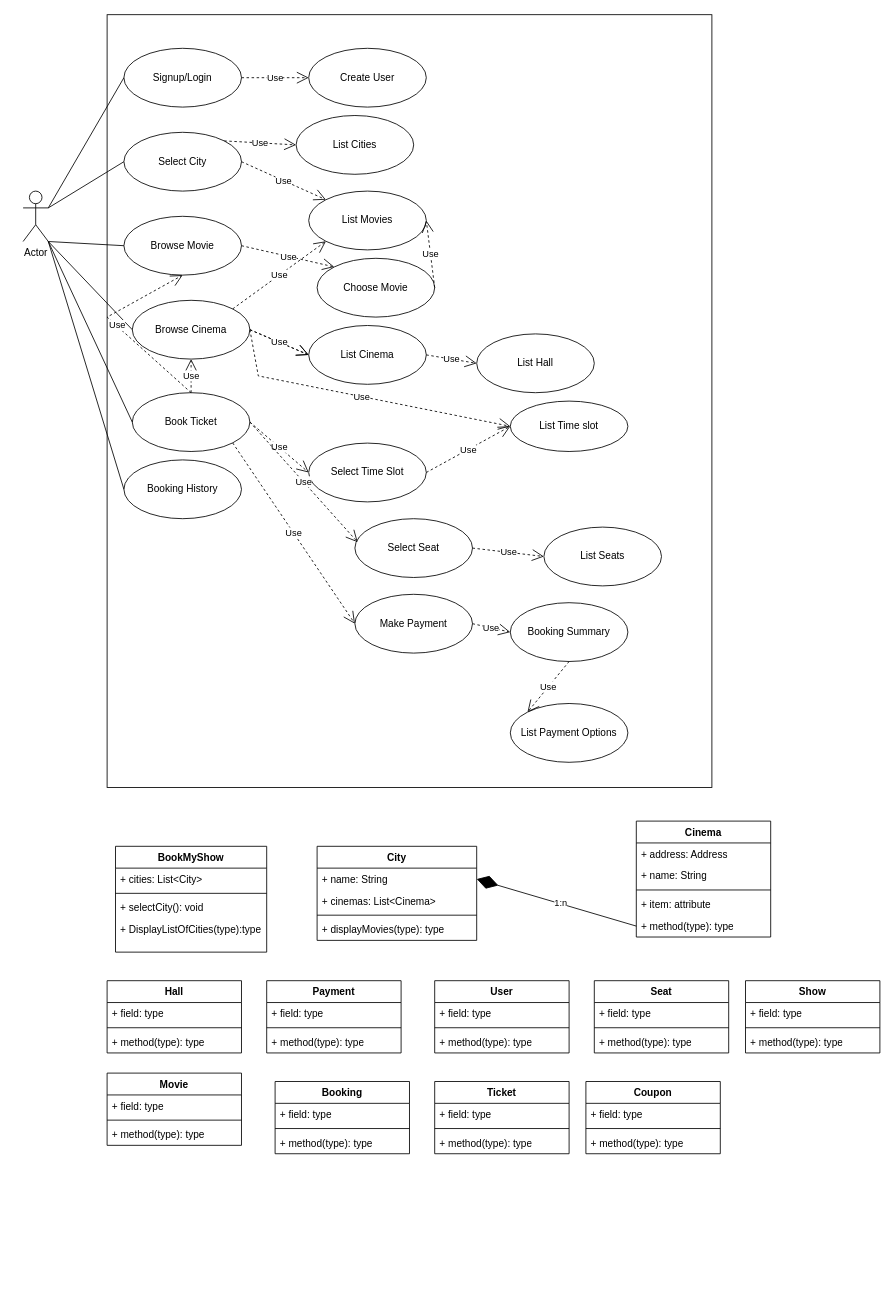
Above: bookmyshow.drawio in aktomer06/Draw.io (draw.io), before the change. Source tidied: cells renumbered, new cells numbered last; positions are measured from the earlier drawing's top-left corner, leaving out a move shared by most shapes. Both pictures are drawn from the tidied source at 84%, with x=0, y=0 at pixel (23, 14).
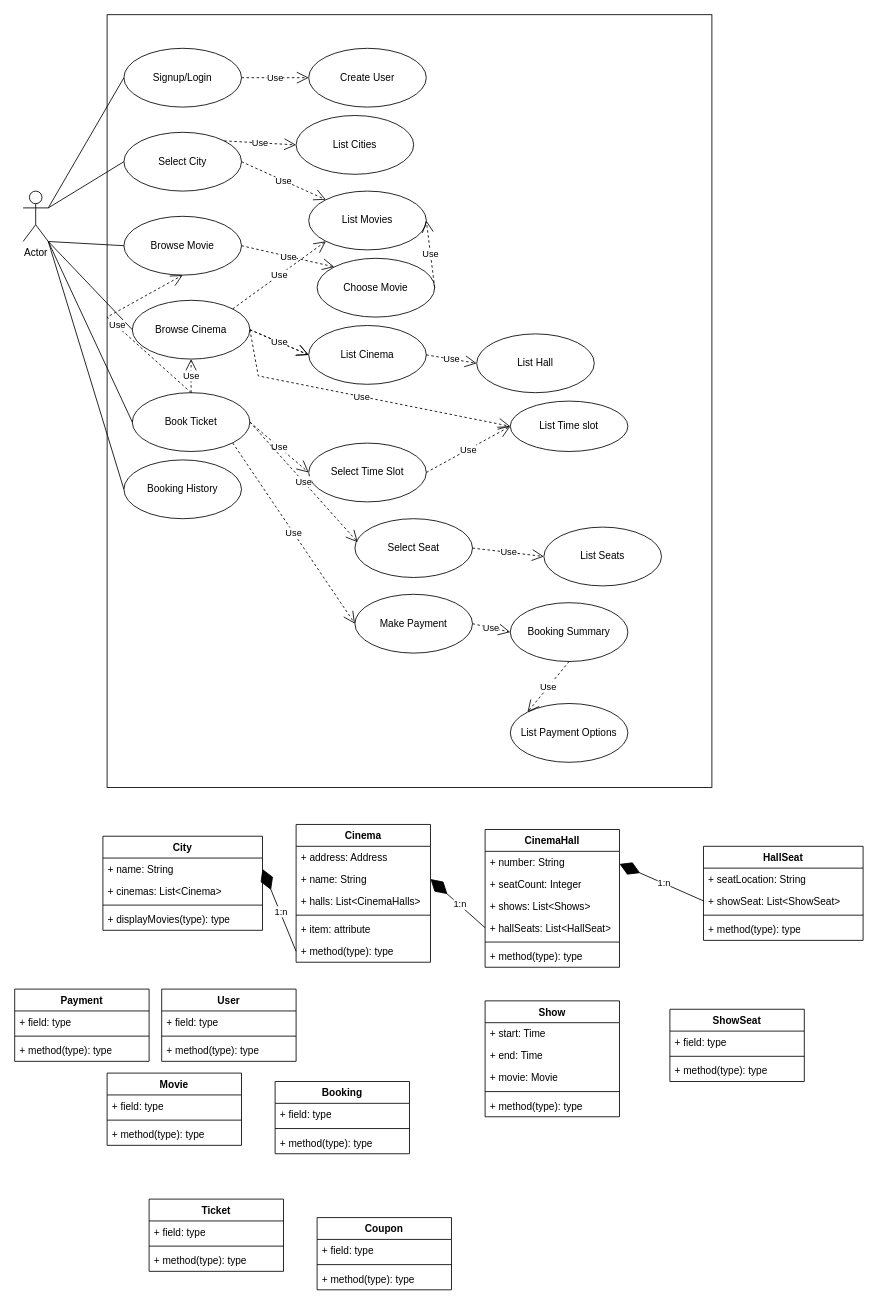
The same page after the edit.

Unchanged cells that the change refers to:
```xml
<mxCell id="59" value="+ name: String" style="text;strokeColor=none;fillColor=none;align=left;verticalAlign=top;spacingLeft=4;spacingRight=4;overflow=hidden;points=[[0,0.5],[1,0.5]];portConstraint=eastwest;whiteSpace=wrap;html=1;" parent="57" vertex="1">
  <mxGeometry y="52" width="160" height="26" as="geometry" />
</mxCell>
```

The edit, as a diff of the source:
```diff
@@
-    <mxCell id="47" value="BookMyShow" style="swimlane;fontStyle=1;align=center;verticalAlign=top;horizontal=1;startSize=26;whiteSpace=wrap;html=1;" parent="1" vertex="1">
-      <mxGeometry x="110" y="990" width="180" height="126" as="geometry" />
-    </mxCell>
-    <mxCell id="48" value="+ cities: List&amp;lt;City&amp;gt;" style="text;strokeColor=none;fillColor=none;align=left;verticalAlign=top;spacingLeft=4;spacingRight=4;overflow=hidden;whiteSpace=wrap;html=1;" parent="47" vertex="1">
-      <mxGeometry y="26" width="180" height="26" as="geometry" />
-    </mxCell>
-    <mxCell id="49" style="line;strokeWidth=1;fillColor=none;align=left;verticalAlign=middle;spacingTop=-1;spacingLeft=3;spacingRight=3;labelPosition=right;strokeColor=inherit;" parent="47" vertex="1">
-      <mxGeometry y="52" width="180" height="8" as="geometry" />
-    </mxCell>
-    <mxCell id="50" value="+ selectCity(): void" style="text;strokeColor=none;fillColor=none;align=left;verticalAlign=top;spacingLeft=4;spacingRight=4;overflow=hidden;whiteSpace=wrap;html=1;" parent="47" vertex="1">
-      <mxGeometry y="60" width="180" height="26" as="geometry" />
-    </mxCell>
-    <mxCell id="51" value="+ DisplayListOfCities(type):type" style="text;strokeColor=none;fillColor=none;align=left;verticalAlign=top;spacingLeft=4;spacingRight=4;overflow=hidden;whiteSpace=wrap;html=1;" parent="47" vertex="1">
-      <mxGeometry y="86" width="180" height="40" as="geometry" />
-    </mxCell>
     <mxCell id="52" value="City" style="swimlane;fontStyle=1;align=center;verticalAlign=top;horizontal=1;startSize=26;whiteSpace=wrap;html=1;" parent="1" vertex="1">
-      <mxGeometry x="350" y="990" width="190" height="112" as="geometry" />
+      <mxGeometry x="95" y="978" width="190" height="112" as="geometry" />
     </mxCell>
@@
     <mxCell id="57" value="Cinema" style="swimlane;fontStyle=1;align=center;verticalAlign=top;horizontal=1;startSize=26;whiteSpace=wrap;html=1;" parent="1" vertex="1">
-      <mxGeometry x="730" y="960" width="160" height="138" as="geometry" />
+      <mxGeometry x="325" y="964" width="160" height="164" as="geometry" />
     </mxCell>
@@
+    <mxCell id="101" value="+ halls: List&amp;lt;CinemaHalls&amp;gt;" style="text;strokeColor=none;fillColor=none;align=left;verticalAlign=top;spacingLeft=4;spacingRight=4;overflow=hidden;whiteSpace=wrap;html=1;" parent="57" vertex="1">
+      <mxGeometry y="78" width="160" height="26" as="geometry" />
+    </mxCell>
     <mxCell id="60" style="line;strokeWidth=1;fillColor=none;align=left;verticalAlign=middle;spacingTop=-1;spacingLeft=3;spacingRight=3;labelPosition=right;strokeColor=inherit;" parent="57" vertex="1">
-      <mxGeometry y="78" width="160" height="8" as="geometry" />
+      <mxGeometry y="104" width="160" height="8" as="geometry" />
     </mxCell>
     <mxCell id="61" value="+ item: attribute" style="text;strokeColor=none;fillColor=none;align=left;verticalAlign=top;spacingLeft=4;spacingRight=4;overflow=hidden;whiteSpace=wrap;html=1;" parent="57" vertex="1">
-      <mxGeometry y="86" width="160" height="26" as="geometry" />
+      <mxGeometry y="112" width="160" height="26" as="geometry" />
     </mxCell>
     <mxCell id="62" value="+ method(type): type" style="text;strokeColor=none;fillColor=none;align=left;verticalAlign=top;spacingLeft=4;spacingRight=4;overflow=hidden;points=[[0,0.5],[1,0.5]];portConstraint=eastwest;whiteSpace=wrap;html=1;" parent="57" vertex="1">
-      <mxGeometry y="112" width="160" height="26" as="geometry" />
+      <mxGeometry y="138" width="160" height="26" as="geometry" />
     </mxCell>
-    <mxCell id="63" value="Hall" style="swimlane;fontStyle=1;align=center;verticalAlign=top;horizontal=1;startSize=26;whiteSpace=wrap;html=1;" parent="1" vertex="1">
-      <mxGeometry x="100" y="1150" width="160" height="86" as="geometry" />
+    <mxCell id="63" value="CinemaHall" style="swimlane;fontStyle=1;align=center;verticalAlign=top;horizontal=1;startSize=26;whiteSpace=wrap;html=1;" parent="1" vertex="1">
+      <mxGeometry x="550" y="970" width="160" height="164" as="geometry" />
     </mxCell>
-    <mxCell id="64" value="+ field: type" style="text;strokeColor=none;fillColor=none;align=left;verticalAlign=top;spacingLeft=4;spacingRight=4;overflow=hidden;whiteSpace=wrap;html=1;" parent="63" vertex="1">
+    <mxCell id="64" value="+ number: String" style="text;strokeColor=none;fillColor=none;align=left;verticalAlign=top;spacingLeft=4;spacingRight=4;overflow=hidden;whiteSpace=wrap;html=1;" parent="63" vertex="1">
       <mxGeometry y="26" width="160" height="26" as="geometry" />
     </mxCell>
+    <mxCell id="102" value="+ seatCount: Integer" style="text;strokeColor=none;fillColor=none;align=left;verticalAlign=top;spacingLeft=4;spacingRight=4;overflow=hidden;whiteSpace=wrap;html=1;" parent="63" vertex="1">
+      <mxGeometry y="52" width="160" height="26" as="geometry" />
+    </mxCell>
+    <mxCell id="103" value="+ shows: List&amp;lt;Shows&amp;gt;" style="text;strokeColor=none;fillColor=none;align=left;verticalAlign=top;spacingLeft=4;spacingRight=4;overflow=hidden;whiteSpace=wrap;html=1;" parent="63" vertex="1">
+      <mxGeometry y="78" width="160" height="26" as="geometry" />
+    </mxCell>
+    <mxCell id="104" value="+ hallSeats: List&amp;lt;HallSeat&amp;gt;" style="text;strokeColor=none;fillColor=none;align=left;verticalAlign=top;spacingLeft=4;spacingRight=4;overflow=hidden;points=[[0,0.5],[1,0.5]];portConstraint=eastwest;whiteSpace=wrap;html=1;" parent="63" vertex="1">
+      <mxGeometry y="104" width="160" height="26" as="geometry" />
+    </mxCell>
     <mxCell id="65" style="line;strokeWidth=1;fillColor=none;align=left;verticalAlign=middle;spacingTop=-1;spacingLeft=3;spacingRight=3;labelPosition=right;strokeColor=inherit;" parent="63" vertex="1">
-      <mxGeometry y="52" width="160" height="8" as="geometry" />
+      <mxGeometry y="130" width="160" height="8" as="geometry" />
     </mxCell>
     <mxCell id="66" value="+ method(type): type" style="text;strokeColor=none;fillColor=none;align=left;verticalAlign=top;spacingLeft=4;spacingRight=4;overflow=hidden;whiteSpace=wrap;html=1;" parent="63" vertex="1">
-      <mxGeometry y="60" width="160" height="26" as="geometry" />
+      <mxGeometry y="138" width="160" height="26" as="geometry" />
     </mxCell>
     <mxCell id="67" value="Payment" style="swimlane;fontStyle=1;align=center;verticalAlign=top;horizontal=1;startSize=26;whiteSpace=wrap;html=1;" parent="1" vertex="1">
-      <mxGeometry x="290" y="1150" width="160" height="86" as="geometry" />
+      <mxGeometry x="-10" y="1160" width="160" height="86" as="geometry" />
     </mxCell>
@@
     <mxCell id="71" value="User" style="swimlane;fontStyle=1;align=center;verticalAlign=top;horizontal=1;startSize=26;whiteSpace=wrap;html=1;" parent="1" vertex="1">
-      <mxGeometry x="490" y="1150" width="160" height="86" as="geometry" />
+      <mxGeometry x="165" y="1160" width="160" height="86" as="geometry" />
     </mxCell>
@@
-    <mxCell id="75" value="Seat" style="swimlane;fontStyle=1;align=center;verticalAlign=top;horizontal=1;startSize=26;whiteSpace=wrap;html=1;" parent="1" vertex="1">
-      <mxGeometry x="680" y="1150" width="160" height="86" as="geometry" />
+    <mxCell id="75" value="HallSeat" style="swimlane;fontStyle=1;align=center;verticalAlign=top;horizontal=1;startSize=26;whiteSpace=wrap;html=1;" parent="1" vertex="1">
+      <mxGeometry x="810" y="990" width="190" height="112" as="geometry" />
     </mxCell>
-    <mxCell id="76" value="+ field: type" style="text;strokeColor=none;fillColor=none;align=left;verticalAlign=top;spacingLeft=4;spacingRight=4;overflow=hidden;whiteSpace=wrap;html=1;" parent="75" vertex="1">
-      <mxGeometry y="26" width="160" height="26" as="geometry" />
+    <mxCell id="76" value="+ seatLocation: String" style="text;strokeColor=none;fillColor=none;align=left;verticalAlign=top;spacingLeft=4;spacingRight=4;overflow=hidden;whiteSpace=wrap;html=1;" parent="75" vertex="1">
+      <mxGeometry y="26" width="190" height="26" as="geometry" />
     </mxCell>
+    <mxCell id="105" value="+ showSeat: List&amp;lt;ShowSeat&amp;gt;" style="text;strokeColor=none;fillColor=none;align=left;verticalAlign=top;spacingLeft=4;spacingRight=4;overflow=hidden;points=[[0,0.5],[1,0.5]];portConstraint=eastwest;whiteSpace=wrap;html=1;" parent="75" vertex="1">
+      <mxGeometry y="52" width="190" height="26" as="geometry" />
+    </mxCell>
     <mxCell id="77" style="line;strokeWidth=1;fillColor=none;align=left;verticalAlign=middle;spacingTop=-1;spacingLeft=3;spacingRight=3;labelPosition=right;strokeColor=inherit;" parent="75" vertex="1">
-      <mxGeometry y="52" width="160" height="8" as="geometry" />
+      <mxGeometry y="78" width="190" height="8" as="geometry" />
     </mxCell>
     <mxCell id="78" value="+ method(type): type" style="text;strokeColor=none;fillColor=none;align=left;verticalAlign=top;spacingLeft=4;spacingRight=4;overflow=hidden;whiteSpace=wrap;html=1;" parent="75" vertex="1">
-      <mxGeometry y="60" width="160" height="26" as="geometry" />
+      <mxGeometry y="86" width="190" height="26" as="geometry" />
     </mxCell>
@@
     <mxCell id="87" value="Ticket" style="swimlane;fontStyle=1;align=center;verticalAlign=top;horizontal=1;startSize=26;whiteSpace=wrap;html=1;" parent="1" vertex="1">
-      <mxGeometry x="490" y="1270" width="160" height="86" as="geometry" />
+      <mxGeometry x="150" y="1410" width="160" height="86" as="geometry" />
     </mxCell>
@@
     <mxCell id="91" value="Coupon" style="swimlane;fontStyle=1;align=center;verticalAlign=top;horizontal=1;startSize=26;whiteSpace=wrap;html=1;" parent="1" vertex="1">
-      <mxGeometry x="670" y="1270" width="160" height="86" as="geometry" />
+      <mxGeometry x="350" y="1432" width="160" height="86" as="geometry" />
     </mxCell>
@@
     <mxCell id="97" value="Show" style="swimlane;fontStyle=1;align=center;verticalAlign=top;horizontal=1;startSize=26;whiteSpace=wrap;html=1;" parent="1" vertex="1">
-      <mxGeometry x="860" y="1150" width="160" height="86" as="geometry" />
+      <mxGeometry x="550" y="1174" width="160" height="138" as="geometry" />
     </mxCell>
-    <mxCell id="98" value="+ field: type" style="text;strokeColor=none;fillColor=none;align=left;verticalAlign=top;spacingLeft=4;spacingRight=4;overflow=hidden;whiteSpace=wrap;html=1;" parent="97" vertex="1">
+    <mxCell id="98" value="+ start: Time" style="text;strokeColor=none;fillColor=none;align=left;verticalAlign=top;spacingLeft=4;spacingRight=4;overflow=hidden;whiteSpace=wrap;html=1;" parent="97" vertex="1">
       <mxGeometry y="26" width="160" height="26" as="geometry" />
     </mxCell>
+    <mxCell id="106" value="+ end: Time" style="text;strokeColor=none;fillColor=none;align=left;verticalAlign=top;spacingLeft=4;spacingRight=4;overflow=hidden;whiteSpace=wrap;html=1;" parent="97" vertex="1">
+      <mxGeometry y="52" width="160" height="26" as="geometry" />
+    </mxCell>
+    <mxCell id="107" value="+ movie: Movie" style="text;strokeColor=none;fillColor=none;align=left;verticalAlign=top;spacingLeft=4;spacingRight=4;overflow=hidden;whiteSpace=wrap;html=1;" parent="97" vertex="1">
+      <mxGeometry y="78" width="160" height="26" as="geometry" />
+    </mxCell>
     <mxCell id="99" style="line;strokeWidth=1;fillColor=none;align=left;verticalAlign=middle;spacingTop=-1;spacingLeft=3;spacingRight=3;labelPosition=right;strokeColor=inherit;" parent="97" vertex="1">
-      <mxGeometry y="52" width="160" height="8" as="geometry" />
+      <mxGeometry y="104" width="160" height="8" as="geometry" />
     </mxCell>
     <mxCell id="100" value="+ method(type): type" style="text;strokeColor=none;fillColor=none;align=left;verticalAlign=top;spacingLeft=4;spacingRight=4;overflow=hidden;whiteSpace=wrap;html=1;" parent="97" vertex="1">
-      <mxGeometry y="60" width="160" height="26" as="geometry" />
+      <mxGeometry y="112" width="160" height="26" as="geometry" />
     </mxCell>
+    <mxCell id="108" style="endArrow=diamondThin;endFill=1;endSize=24;html=1;rounded=0;entryX=1;entryY=0.5;entryDx=0;entryDy=0;exitX=0;exitY=0.5;exitDx=0;exitDy=0;" parent="1" edge="1" source="104" target="59">
+      <mxGeometry relative="1" as="geometry" />
+    </mxCell>
+    <mxCell id="109" value="1:n" style="edgeLabel;html=1;align=center;verticalAlign=middle;" parent="108" vertex="1">
+      <mxGeometry x="-0.04" y="-1" relative="1" as="geometry" />
+    </mxCell>
+    <mxCell id="110" value="ShowSeat" style="swimlane;fontStyle=1;align=center;verticalAlign=top;horizontal=1;startSize=26;whiteSpace=wrap;html=1;" parent="1" vertex="1">
+      <mxGeometry x="770" y="1184" width="160" height="86" as="geometry" />
+    </mxCell>
+    <mxCell id="111" value="+ field: type" style="text;strokeColor=none;fillColor=none;align=left;verticalAlign=top;spacingLeft=4;spacingRight=4;overflow=hidden;whiteSpace=wrap;html=1;" parent="110" vertex="1">
+      <mxGeometry y="26" width="160" height="26" as="geometry" />
+    </mxCell>
+    <mxCell id="112" style="line;strokeWidth=1;fillColor=none;align=left;verticalAlign=middle;spacingTop=-1;spacingLeft=3;spacingRight=3;labelPosition=right;strokeColor=inherit;" parent="110" vertex="1">
+      <mxGeometry y="52" width="160" height="8" as="geometry" />
+    </mxCell>
+    <mxCell id="113" value="+ method(type): type" style="text;strokeColor=none;fillColor=none;align=left;verticalAlign=top;spacingLeft=4;spacingRight=4;overflow=hidden;whiteSpace=wrap;html=1;" parent="110" vertex="1">
+      <mxGeometry y="60" width="160" height="26" as="geometry" />
+    </mxCell>
+    <mxCell id="114" style="endArrow=diamondThin;endFill=1;endSize=24;html=1;rounded=0;entryX=1;entryY=0.25;entryDx=0;entryDy=0;exitX=0;exitY=0.5;exitDx=0;exitDy=0;" parent="1" edge="1" source="105" target="63">
+      <mxGeometry relative="1" as="geometry" />
+    </mxCell>
+    <mxCell id="115" value="1:n" style="edgeLabel;html=1;align=center;verticalAlign=middle;" parent="114" vertex="1">
+      <mxGeometry x="-0.04" y="-1" relative="1" as="geometry" />
+    </mxCell>
```
